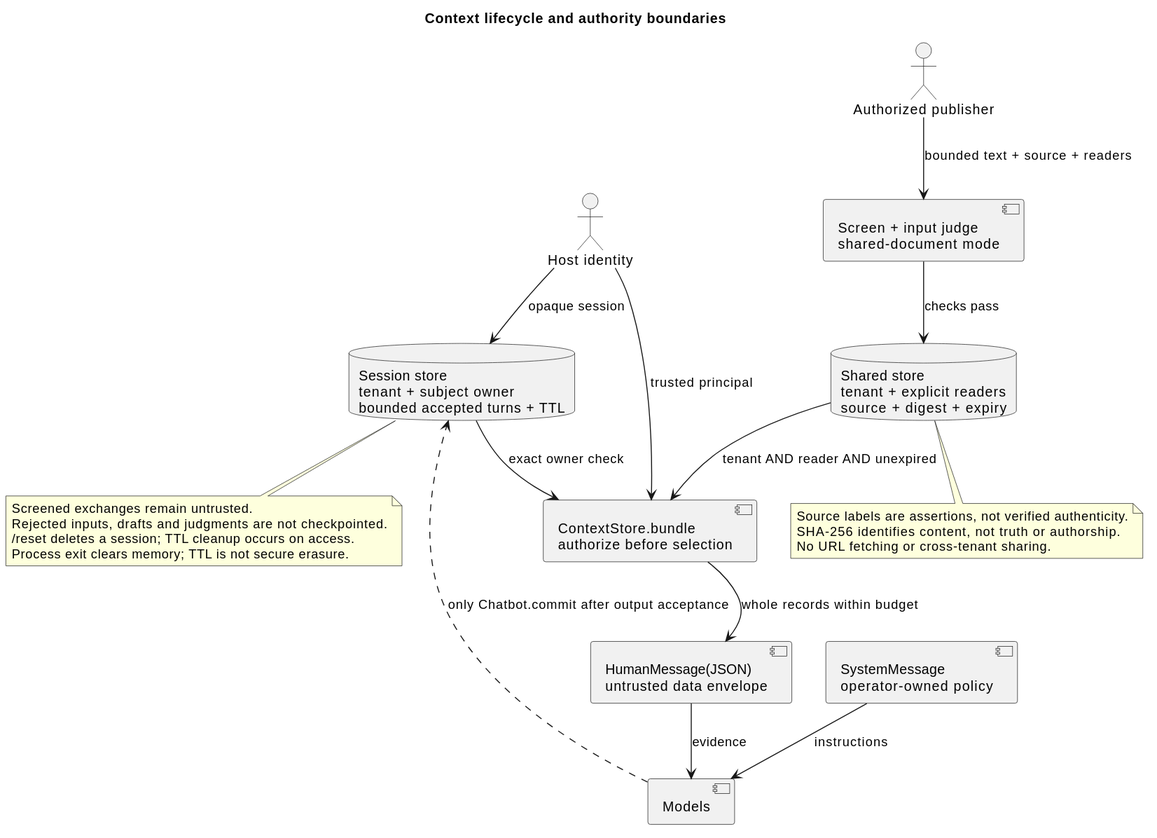
Above: docs/diagrams/05-context.svg in Iman/agentic-drink-book (PlantUML), before the change. Its source is kept beside it as docs/diagrams/05-context.puml.
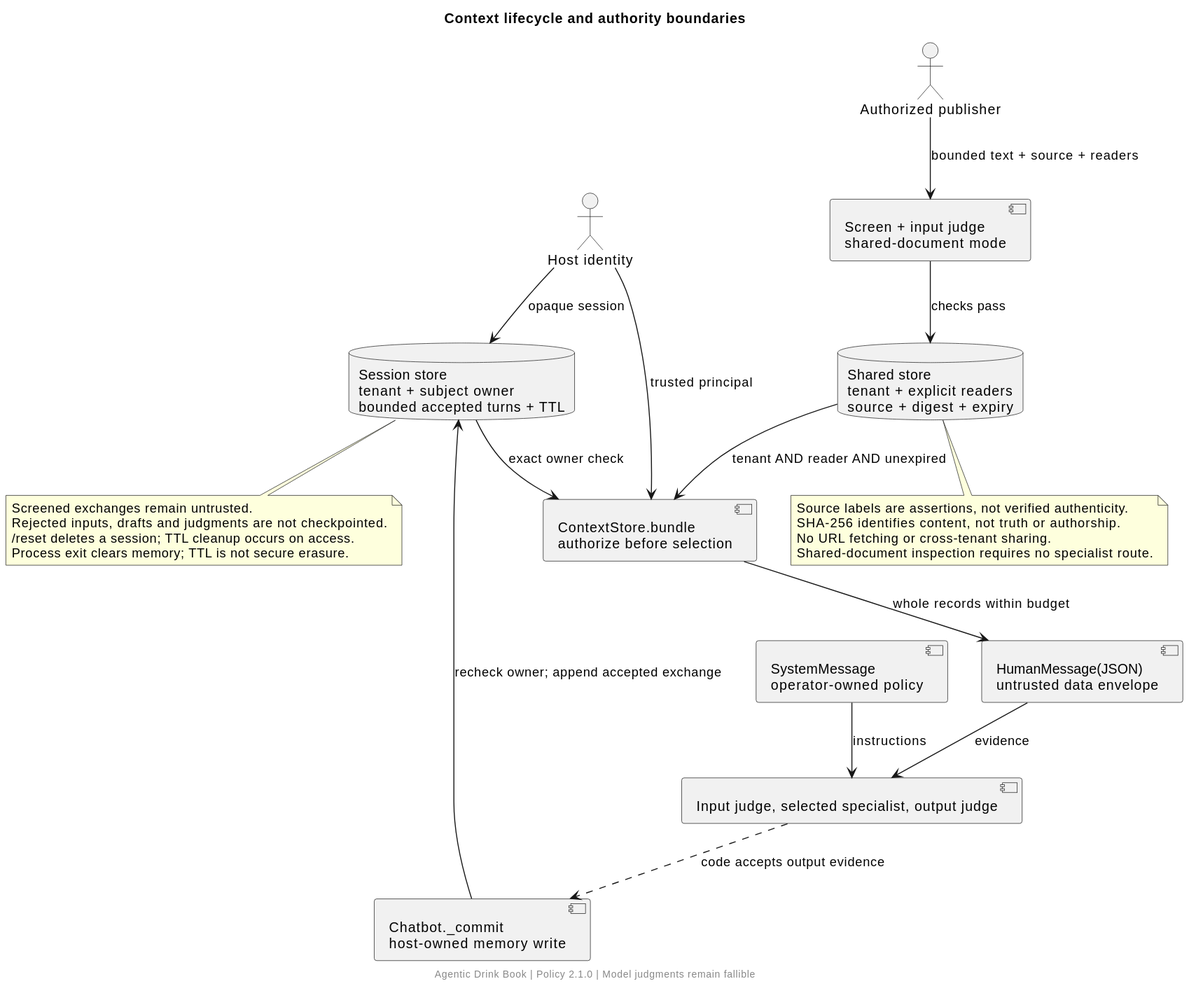
After the commit.

Diff of the diagram source:
```diff
@@ -10,7 +10,8 @@
 component "ContextStore.bundle\nauthorize before selection" as bundle
 component "HumanMessage(JSON)\nuntrusted data envelope" as data
 component "SystemMessage\noperator-owned policy" as system
-component "Models" as model
+component "Input judge, selected specialist, output judge" as model
+component "Chatbot._commit\nhost-owned memory write" as memory_commit
 identity --> sessions : opaque session
 publisher --> ingest : bounded text + source + readers
 ingest --> shared : checks pass
@@ -20,11 +21,13 @@
 bundle --> data : whole records within budget
 system --> model : instructions
 data --> model : evidence
-model ..> sessions : only Chatbot.commit after output acceptance
+model ..> memory_commit : code accepts output evidence
+memory_commit --> sessions : recheck owner; append accepted exchange
 note bottom of shared
 Source labels are assertions, not verified authenticity.
 SHA-256 identifies content, not truth or authorship.
 No URL fetching or cross-tenant sharing.
+Shared-document inspection requires no specialist route.
 end note
 note bottom of sessions
 Screened exchanges remain untrusted.
@@ -32,4 +35,5 @@
 /reset deletes a session; TTL cleanup occurs on access.
 Process exit clears memory; TTL is not secure erasure.
 end note
+footer Agentic Drink Book | Policy 2.1.0 | Model judgments remain fallible
 @enduml
```
